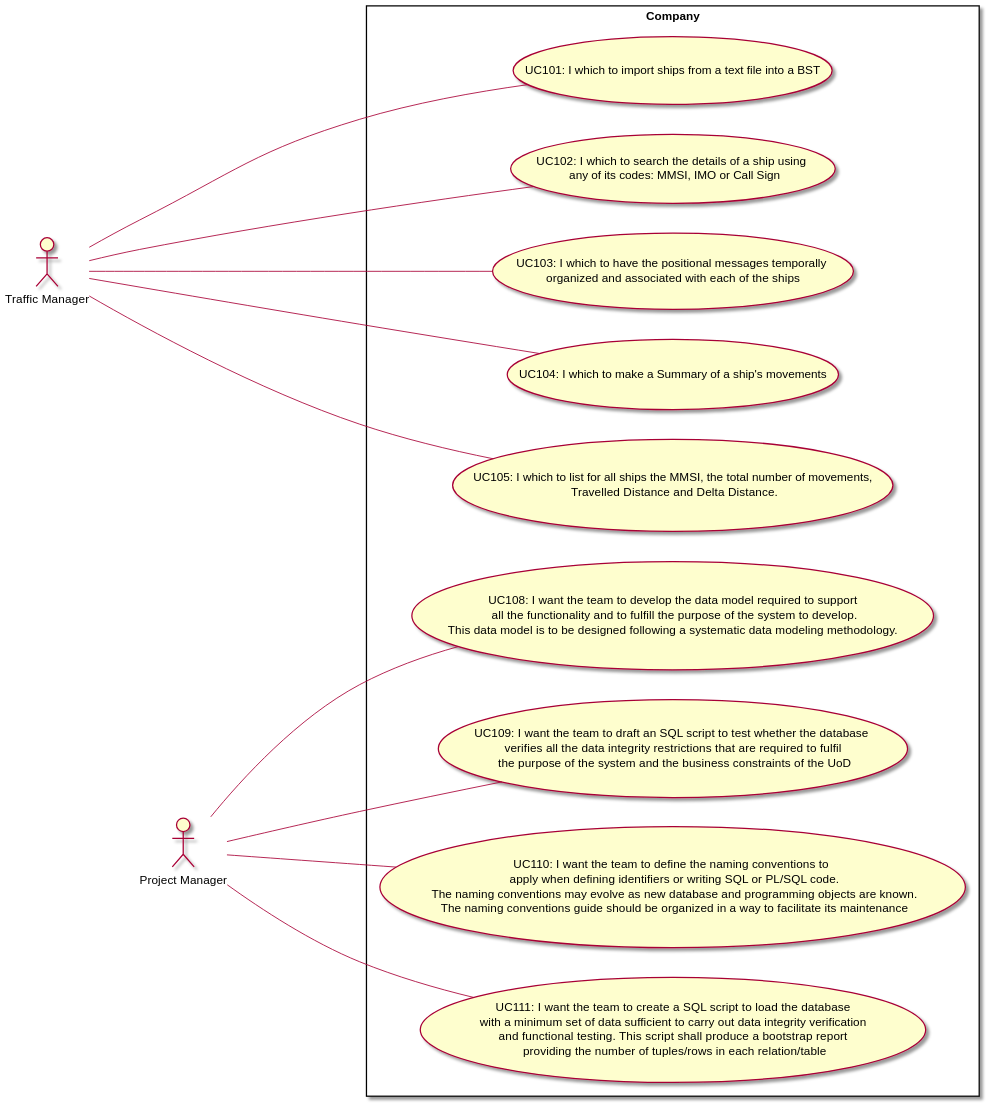
Above: docs/UCD.svg in 0franciscor/lapr3-2021-g042 (PlantUML), before the change.
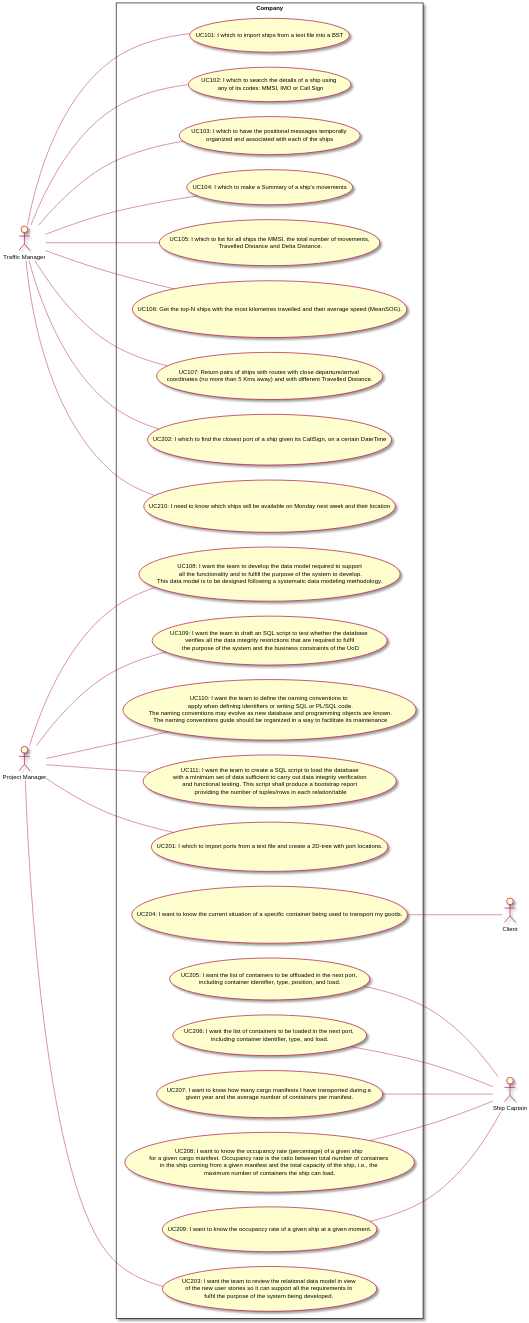
After the commit.

Commit message:
G42-94 # time 30m #comment UCD .puml and .svg finished. Changes could be made.

Change to the diagram source:
```diff
@@ -2,6 +2,8 @@
 left to right direction
 actor "Traffic Manager" as TM
 actor "Project Manager" as PM
+actor "Client" as C
+actor "Ship Captain" as SC
 
 rectangle Company{
 
@@ -10,11 +12,23 @@
 usecase "UC103: I which to have the positional messages temporally \n organized and associated with each of the ships " as UC103
 usecase "UC104: I which to make a Summary of a ship's movements" as UC104
 usecase "UC105: I which to list for all ships the MMSI, the total number of movements,\n Travelled Distance and Delta Distance." as UC105
+usecase "UC106: Get the top-N ships with the most kilometres travelled and their average speed (MeanSOG)." as UC106
+usecase "UC107: Return pairs of ships with routes with close departure/arrival \ncoordinates (no more than 5 Kms away) and with different Travelled Distance." as UC107
 usecase "UC108: I want the team to develop the data model required to support\n all the functionality and to fulfill the purpose of the system to develop.\n This data model is to be designed following a systematic data modeling methodology. " as UC108
 usecase "UC109: I want the team to draft an SQL script to test whether the database \n verifies all the data integrity restrictions that are required to fulfil \n the purpose of the system and the business constraints of the UoD" as UC109
 usecase "UC110: I want the team to define the naming conventions to \n apply when defining identifiers or writing SQL or PL/SQL code.\n The naming conventions may evolve as new database and programming objects are known.\n The naming conventions guide should be organized in a way to facilitate its maintenance" as UC110
 usecase "UC111: I want the team to create a SQL script to load the database\n with a minimum set of data sufficient to carry out data integrity verification \n and functional testing. This script shall produce a bootstrap report \n providing the number of tuples/rows in each relation/table" as UC111
 
+usecase "UC201: I which to import ports from a text file and create a 2D-tree with port locations." as UC201
+usecase "UC202: I which to find the closest port of a ship given its CallSign, on a certain DateTime" as UC202
+usecase "UC203: I want the team to review the relational data model in view \nof the new user stories so it can support all the requirements to \nfulfil the purpose of the system being developed. " as UC203
+usecase "UC204: I want to know the current situation of a specific container being used to transport my goods." as UC204
+usecase "UC205: I want the list of containers to be offloaded in the next port, \nincluding container identifier, type, position, and load." as UC205
+usecase "UC206: I want the list of containers to be loaded in the next port, \nincluding container identifier, type, and load." as UC206
+usecase "UC207: I want to know how many cargo manifests I have transported during a \ngiven year and the average number of containers per manifest." as UC207
+usecase "UC208: I want to know the occupancy rate (percentage) of a given ship \nfor a given cargo manifest. Occupancy rate is the ratio between total number of containers \nin the ship coming from a given manifest and the total capacity of the ship, i.e., the \nmaximum number of containers the ship can load." as UC208
+usecase "UC209: I want to know the occupancy rate of a given ship at a given moment." as UC209
+usecase "UC210: I need to know which ships will be available on Monday next week and their location" as UC210
 }
 
 TM-----UC101
@@ -22,11 +36,24 @@
 TM----UC103
 TM----UC104
 TM----UC105
+TM----UC106
+TM----UC107
 PM----UC108
 PM----UC109
 PM----UC110
 PM----UC111
 
+UC201 ---- PM
+UC202 ---- TM
+UC203 ---- PM
+UC204 ---- C
+UC205 ---- SC
+UC206 ---- SC
+UC207 ---- SC
+UC208 ---- SC
+UC209 ---- SC
+UC210 ---- TM
+
 
 
 @enduml
```
